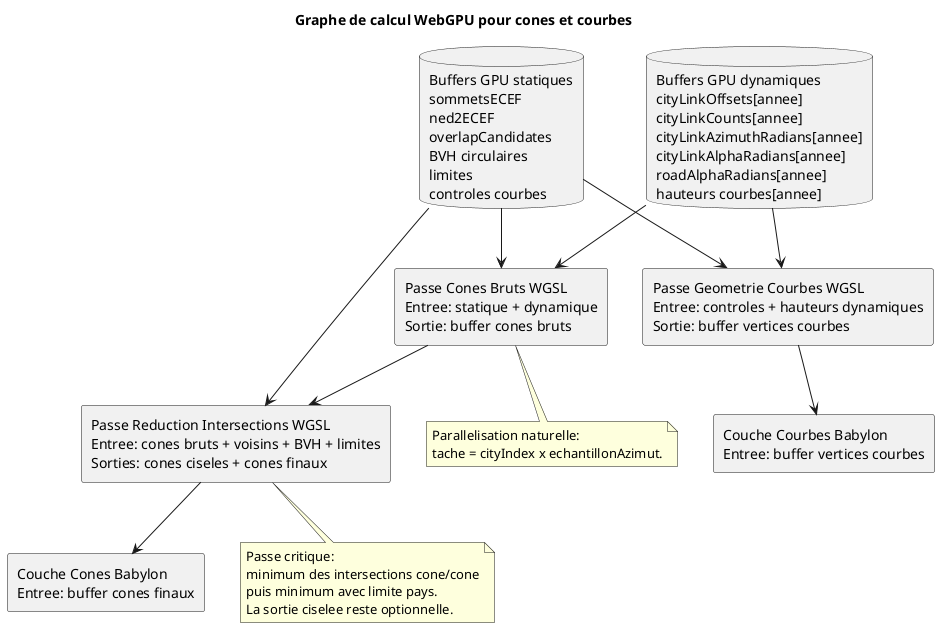
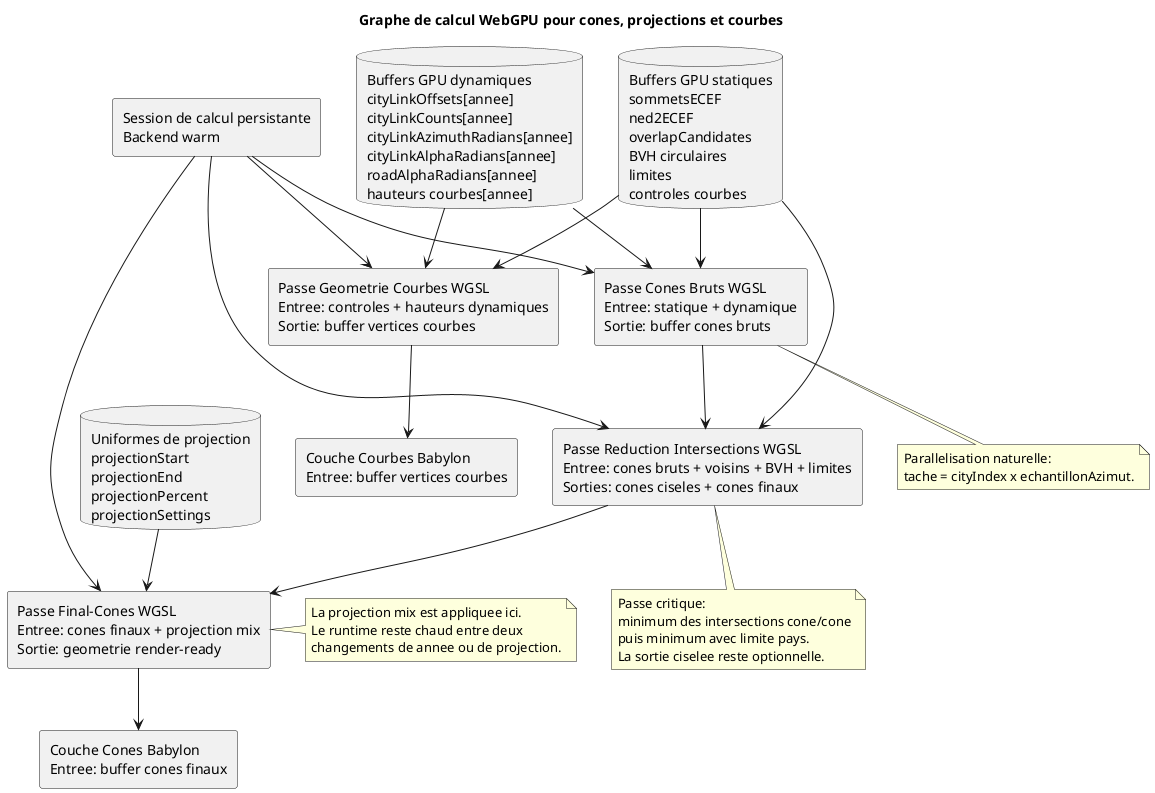
@startuml
- title Graphe de calcul WebGPU pour cones et courbes
+ title Graphe de calcul WebGPU pour cones, projections et courbes

skinparam componentStyle rectangle

database "Buffers GPU statiques\nsommetsECEF\nned2ECEF\noverlapCandidates\nBVH circulaires\nlimites\ncontroles courbes" as staticBuffers
database "Buffers GPU dynamiques\ncityLinkOffsets[annee]\ncityLinkCounts[annee]\ncityLinkAzimuthRadians[annee]\ncityLinkAlphaRadians[annee]\nroadAlphaRadians[annee]\nhauteurs courbes[annee]" as dynamicBuffers
+ database "Uniformes de projection\nprojectionStart\nprojectionEnd\nprojectionPercent\nprojectionSettings" as projectionUniforms
+ component "Session de calcul persistante\nBackend warm" as runtime

component "Passe Cones Bruts WGSL\nEntree: statique + dynamique\nSortie: buffer cones bruts" as raw
component "Passe Reduction Intersections WGSL\nEntree: cones bruts + voisins + BVH + limites\nSorties: cones ciseles + cones finaux" as intersect
+ component "Passe Final-Cones WGSL\nEntree: cones finaux + projection mix\nSortie: geometrie render-ready" as finalCones
component "Passe Geometrie Courbes WGSL\nEntree: controles + hauteurs dynamiques\nSortie: buffer vertices courbes" as curve
component "Couche Cones Babylon\nEntree: buffer cones finaux" as coneLayer
component "Couche Courbes Babylon\nEntree: buffer vertices courbes" as curveLayer

+ runtime --> raw
+ runtime --> intersect
+ runtime --> finalCones
+ runtime --> curve
staticBuffers --> raw
dynamicBuffers --> raw
raw --> intersect
staticBuffers --> intersect
+ projectionUniforms --> finalCones
+ intersect --> finalCones
+ finalCones --> coneLayer
staticBuffers --> curve
dynamicBuffers --> curve
- intersect --> coneLayer
curve --> curveLayer

note bottom of raw
  Parallelisation naturelle:
  tache = cityIndex x echantillonAzimut.
end note

note bottom of intersect
  Passe critique:
  minimum des intersections cone/cone
  puis minimum avec limite pays.
  La sortie ciselee reste optionnelle.
end note
+ 
+ note right of finalCones
+   La projection mix est appliquee ici.
+   Le runtime reste chaud entre deux
+   changements de annee ou de projection.
+ end note
@enduml
